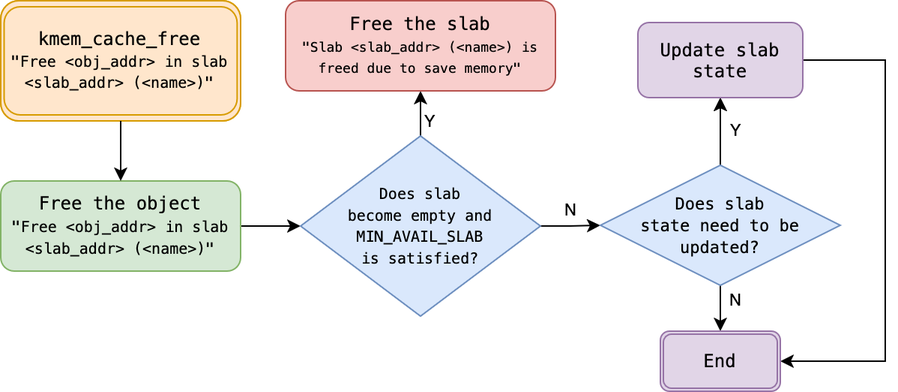
Above: doc/img/mp2-slab-free.png in Shiritai/xv6-ntu-mp (draw.io), before the change. Source tidied: cells renumbered, new cells last; positions are measured from the earlier drawing's top-left corner, leaving out a move shared by most shapes.
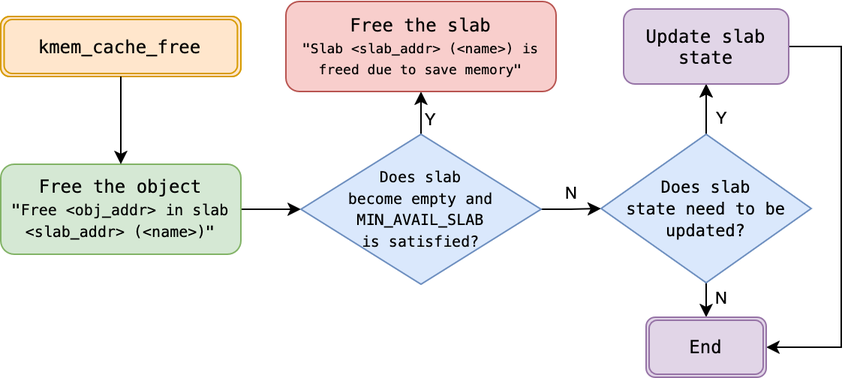
The same file after the commit.

Diff of the diagram source:
```diff
@@ -9,16 +9,16 @@
       <mxGeometry y="120" width="160" height="60" as="geometry" />
     </mxCell>
     <mxCell id="4" style="group;" parent="1" vertex="1">
-      <mxGeometry width="160" height="80" as="geometry" />
+      <mxGeometry y="21.5" width="160" height="40" as="geometry" />
     </mxCell>
     <mxCell id="5" value="&lt;font face=&quot;MesloLGM Nerd Font&quot;&gt;kmem_cache_alloc&lt;/font&gt;" style="rounded=1;whiteSpace=wrap;html=1;fillColor=#ffe6cc;strokeColor=#d79b00;glass=0;" parent="4" vertex="1">
-      <mxGeometry width="160" height="80" as="geometry" />
+      <mxGeometry width="160" height="40" as="geometry" />
     </mxCell>
     <mxCell id="6" value="&lt;font face=&quot;MesloLGM Nerd Font&quot;&gt;kmem_cache_alloc&lt;/font&gt;" style="rounded=1;whiteSpace=wrap;html=1;fillColor=#ffe6cc;strokeColor=#d79b00;glass=0;" parent="4" vertex="1">
-      <mxGeometry width="160" height="80" as="geometry" />
+      <mxGeometry width="160" height="40" as="geometry" />
     </mxCell>
-    <mxCell id="7" value="&lt;div&gt;&lt;font face=&quot;MesloLGM Nerd Font&quot;&gt;kmem_cache_free&lt;/font&gt;&lt;/div&gt;&lt;font style=&quot;font-size: 10px;&quot; face=&quot;MesloLGM Nerd Font&quot;&gt;&quot;Free &amp;lt;obj_addr&amp;gt; in slab &amp;lt;slab_addr&amp;gt; (&amp;lt;name&amp;gt;)&quot;&lt;/font&gt;" style="rounded=1;whiteSpace=wrap;html=1;fillColor=#ffe6cc;strokeColor=#d79b00;glass=0;" parent="4" vertex="1">
-      <mxGeometry x="2.3" y="4" width="155.4" height="72" as="geometry" />
+    <mxCell id="7" value="&lt;div&gt;&lt;font face=&quot;MesloLGM Nerd Font&quot;&gt;kmem_cache_free&lt;/font&gt;&lt;/div&gt;" style="rounded=1;whiteSpace=wrap;html=1;fillColor=#ffe6cc;strokeColor=#d79b00;glass=0;" parent="4" vertex="1">
+      <mxGeometry x="2.3" y="2" width="155.4" height="36" as="geometry" />
     </mxCell>
     <mxCell id="8" style="edgeStyle=orthogonalEdgeStyle;rounded=0;jettySize=auto;html=1;entryX=0.5;entryY=0;entryDx=0;entryDy=0;exitX=0.5;exitY=1;exitDx=0;exitDy=0;" parent="1" edge="1" source="6" target="3">
       <mxGeometry relative="1" as="geometry" />
@@ -45,36 +45,36 @@
       </mxGeometry>
     </mxCell>
     <mxCell id="14" value="&lt;div&gt;&lt;font style=&quot;font-size: 10px;&quot; face=&quot;MesloLGM Nerd Font&quot;&gt;Does slab&lt;/font&gt;&lt;/div&gt;&lt;div&gt;&lt;font style=&quot;font-size: 10px;&quot; face=&quot;MesloLGM Nerd Font&quot;&gt;become empty and&lt;/font&gt;&lt;/div&gt;&lt;div&gt;&lt;font style=&quot;font-size: 10px;&quot; face=&quot;MesloLGM Nerd Font&quot;&gt;MIN_AVAIL_SLAB&lt;/font&gt;&lt;/div&gt;&lt;div&gt;&lt;font style=&quot;font-size: 10px;&quot; face=&quot;MesloLGM Nerd Font&quot;&gt;is satisfied?&lt;/font&gt;&lt;/div&gt;" style="rhombus;whiteSpace=wrap;html=1;fillColor=#dae8fc;strokeColor=#6c8ebf;rounded=0;" parent="1" vertex="1">
-      <mxGeometry x="200" y="90" width="160" height="120" as="geometry" />
+      <mxGeometry x="200" y="100" width="160" height="100" as="geometry" />
     </mxCell>
     <mxCell id="15" value="&lt;div&gt;&lt;font face=&quot;MesloLGM Nerd Font&quot;&gt;Free the slab&lt;/font&gt;&lt;/div&gt;&lt;font style=&quot;font-size: 9px;&quot; face=&quot;MesloLGM Nerd Font&quot;&gt;&quot;Slab &amp;lt;slab_addr&amp;gt; (&amp;lt;name&amp;gt;) is freed due to save memory&quot;&lt;/font&gt;" style="rounded=1;whiteSpace=wrap;html=1;fillColor=#f8cecc;strokeColor=#b85450;spacingLeft=2;spacingRight=2;" parent="1" vertex="1">
-      <mxGeometry x="190" width="180" height="60" as="geometry" />
+      <mxGeometry x="190" y="11.5" width="180" height="60" as="geometry" />
     </mxCell>
     <mxCell id="16" style="edgeStyle=orthogonalEdgeStyle;rounded=0;jettySize=auto;html=1;entryX=0.5;entryY=1;entryDx=0;entryDy=0;" parent="1" edge="1" source="19" target="21">
       <mxGeometry relative="1" as="geometry" />
     </mxCell>
     <mxCell id="17" value="N" style="edgeStyle=orthogonalEdgeStyle;rounded=0;jettySize=auto;html=1;entryX=0.5;entryY=0;entryDx=0;entryDy=0;labelBackgroundColor=none;" parent="1" edge="1" source="19" target="23">
-      <mxGeometry x="0.19" y="10" relative="1" as="geometry" />
+      <mxGeometry x="0.02" y="-10" relative="1" as="geometry" />
     </mxCell>
     <mxCell id="18" value="&lt;div&gt;Y&lt;/div&gt;" style="edgeStyle=orthogonalEdgeStyle;rounded=0;jettySize=auto;html=1;labelBackgroundColor=none;" parent="1" edge="1" source="19" target="21">
-      <mxGeometry y="-10" relative="1" as="geometry" />
+      <mxGeometry x="-0.57" y="-10" relative="1" as="geometry" />
     </mxCell>
     <mxCell id="19" value="&lt;div&gt;&lt;font style=&quot;font-size: 11px;&quot; face=&quot;MesloLGM Nerd Font&quot;&gt;Does slab&lt;/font&gt;&lt;/div&gt;&lt;div&gt;&lt;font style=&quot;font-size: 11px;&quot; face=&quot;MesloLGM Nerd Font&quot;&gt;state need to be&lt;/font&gt;&lt;/div&gt;&lt;div&gt;&lt;font style=&quot;font-size: 11px;&quot; face=&quot;MesloLGM Nerd Font&quot;&gt;updated?&lt;/font&gt;&lt;/div&gt;" style="rhombus;whiteSpace=wrap;html=1;fillColor=#dae8fc;strokeColor=#6c8ebf;rounded=0;" parent="1" vertex="1">
-      <mxGeometry x="400" y="109.5" width="160" height="80" as="geometry" />
+      <mxGeometry x="400" y="100" width="140" height="99" as="geometry" />
     </mxCell>
     <mxCell id="20" style="edgeStyle=orthogonalEdgeStyle;rounded=0;jettySize=auto;html=1;entryX=1;entryY=0.5;entryDx=0;entryDy=0;" parent="1" edge="1" source="21" target="23">
       <mxGeometry relative="1" as="geometry">
         <Array as="points">
-          <mxPoint x="590" y="40" />
-          <mxPoint x="590" y="240" />
+          <mxPoint x="560" y="42" />
+          <mxPoint x="560" y="242" />
         </Array>
       </mxGeometry>
     </mxCell>
     <mxCell id="21" value="Update slab state" style="rounded=1;whiteSpace=wrap;html=1;fillColor=#e1d5e7;strokeColor=#9673a6;fontFamily=MesloLGM Nerd Font;" parent="1" vertex="1">
-      <mxGeometry x="425" y="14.5" width="110" height="50" as="geometry" />
+      <mxGeometry x="415" y="16.5" width="110" height="50" as="geometry" />
     </mxCell>
     <mxCell id="22" style="group;" parent="1" vertex="1">
-      <mxGeometry x="440" y="220" width="80" height="40" as="geometry" />
+      <mxGeometry x="430" y="222" width="80" height="40" as="geometry" />
     </mxCell>
     <mxCell id="23" value="End" style="rounded=1;whiteSpace=wrap;html=1;fillColor=#e1d5e7;strokeColor=#9673a6;fontFamily=MesloLGM Nerd Font;" parent="22" vertex="1">
       <mxGeometry width="80" height="40" as="geometry" />
```
